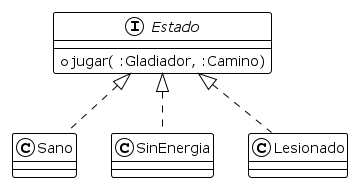
The PlantUML diagram diagrams/classes/clase_estado.png in lautiland/TP2-ALGO3-ALGOROMA, before a commit.
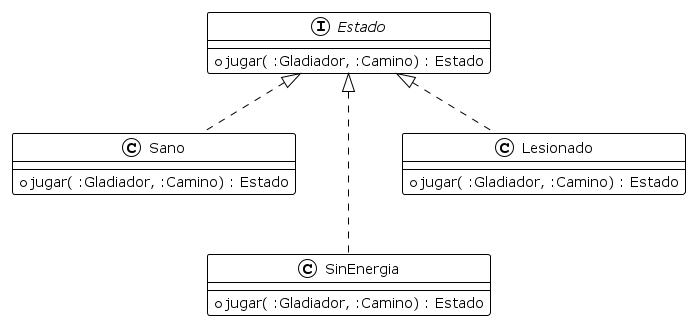
Later version of the same file.

Commit message:
correción de diagramas de clase

The edit, as a diff of the source:
```diff
@@ -4,12 +4,24 @@
 skinparam linetype polyline
 
 interface Estado{
-    + jugar( :Gladiador, :Camino)
+    + jugar( :Gladiador, :Camino) : Estado
+}
+
+class Sano{
+    + jugar( :Gladiador, :Camino) : Estado
+}
+
+class SinEnergia{
+    + jugar( :Gladiador, :Camino) : Estado
+}
+
+class Lesionado{
+    + jugar( :Gladiador, :Camino) : Estado
 }
 
 
 Estado <|.. Sano
-Estado <|.. SinEnergia
+Estado <|... SinEnergia
 Estado <|.. Lesionado
 
 @enduml
```
